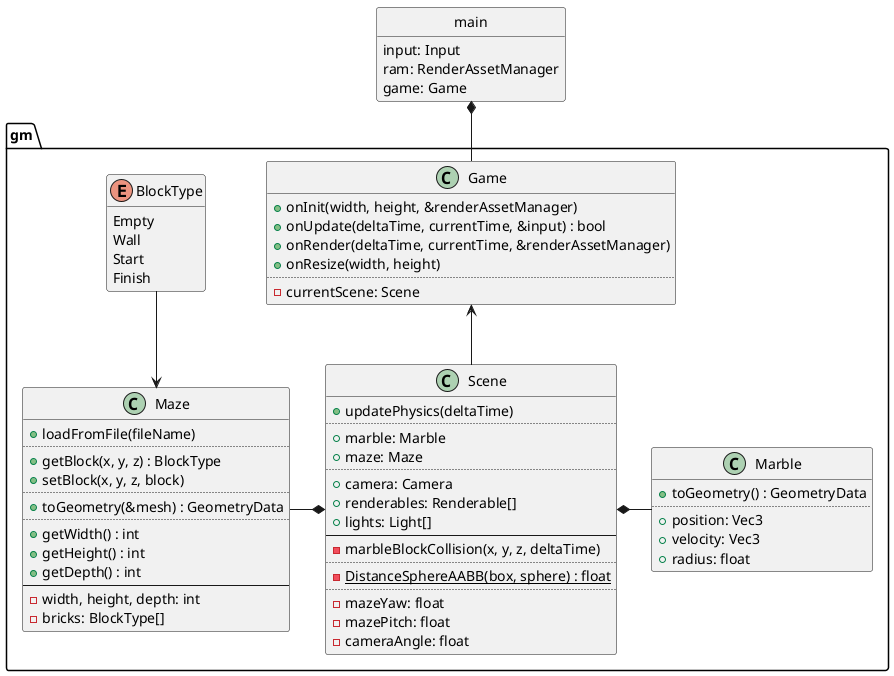
This is design/game.png from ba6er/marblemaze, a PlantUML export, as it was before one commit.
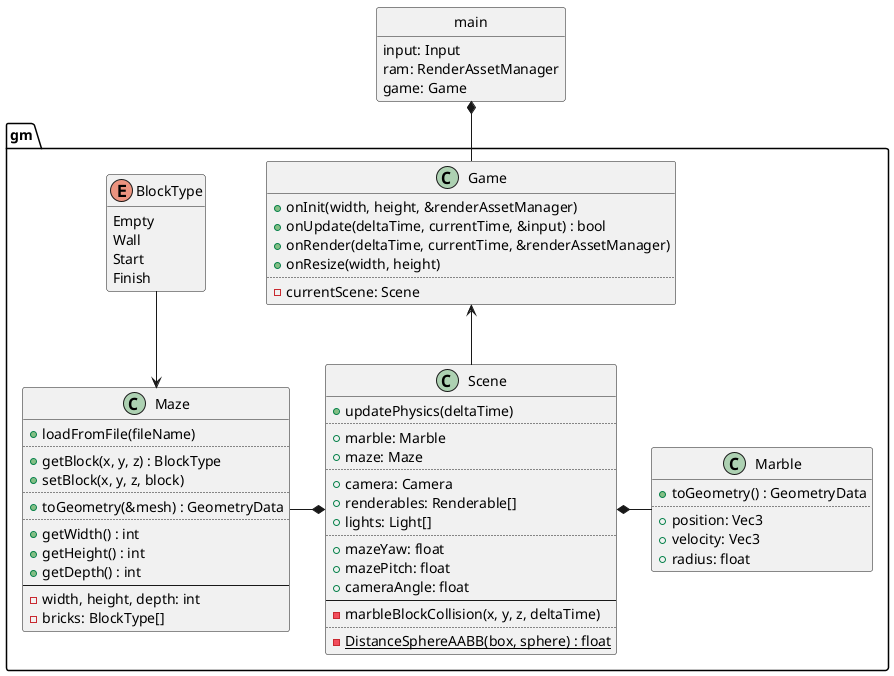
Above is the later version.

Commit message:
Moved Scene's mazeYaw, mazePitch, cameraAngle to public, added a basic skybox

Diff of the diagram source:
```diff
@@ -19,14 +19,14 @@
 	+camera: Camera
 	+renderables: Renderable[]
 	+lights: Light[]
+	..
+	+mazeYaw: float
+	+mazePitch: float
+	+cameraAngle: float
 	--
 	-marbleBlockCollision(x, y, z, deltaTime)
 	..
 	{static} -DistanceSphereAABB(box, sphere) : float
-	..
-	-mazeYaw: float
-	-mazePitch: float
-	-cameraAngle: float
 }
 
 enum gm::BlockType {
```
